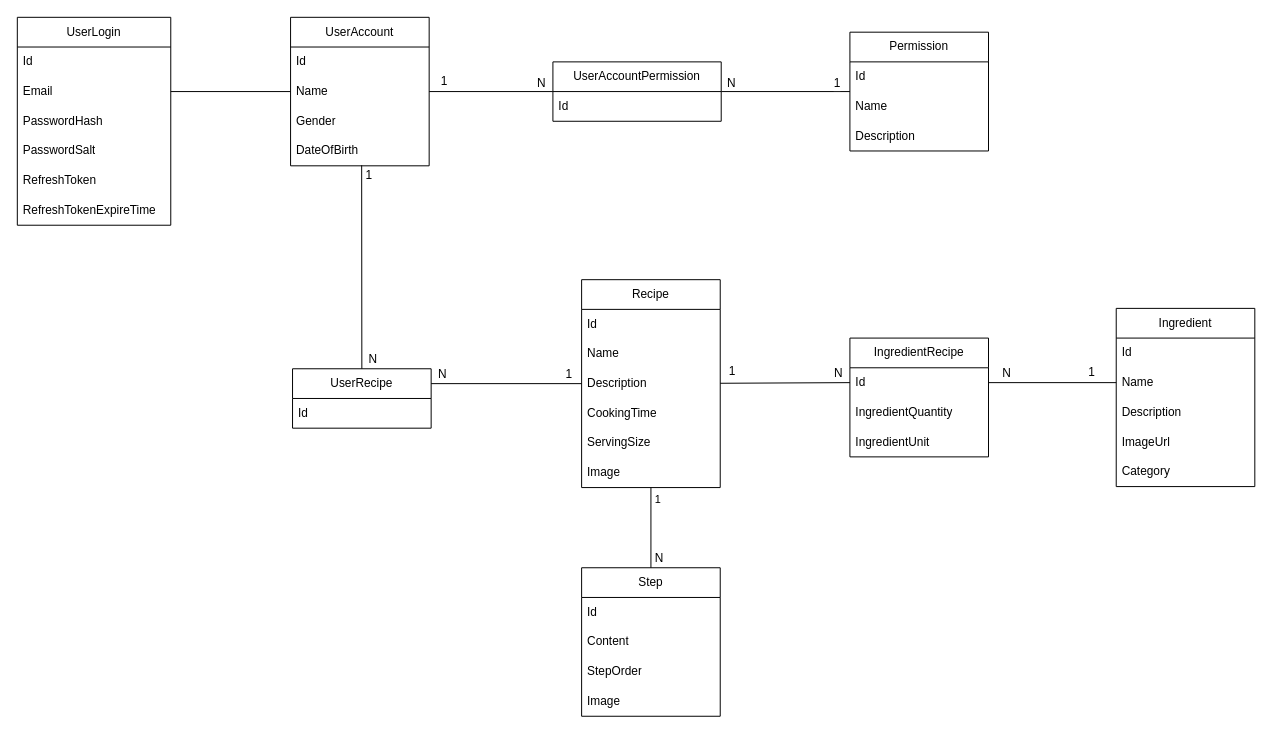
Earlier version of the draw.io diagram diagram.drawio (phihung17k/FridgeBE). Source tidied: cells renumbered, new cells numbered last; positions are measured from the earlier drawing's top-left corner, leaving out a move shared by most shapes. Both pictures are drawn from the tidied source at 99%, with x=0, y=0 at pixel (17, 17).
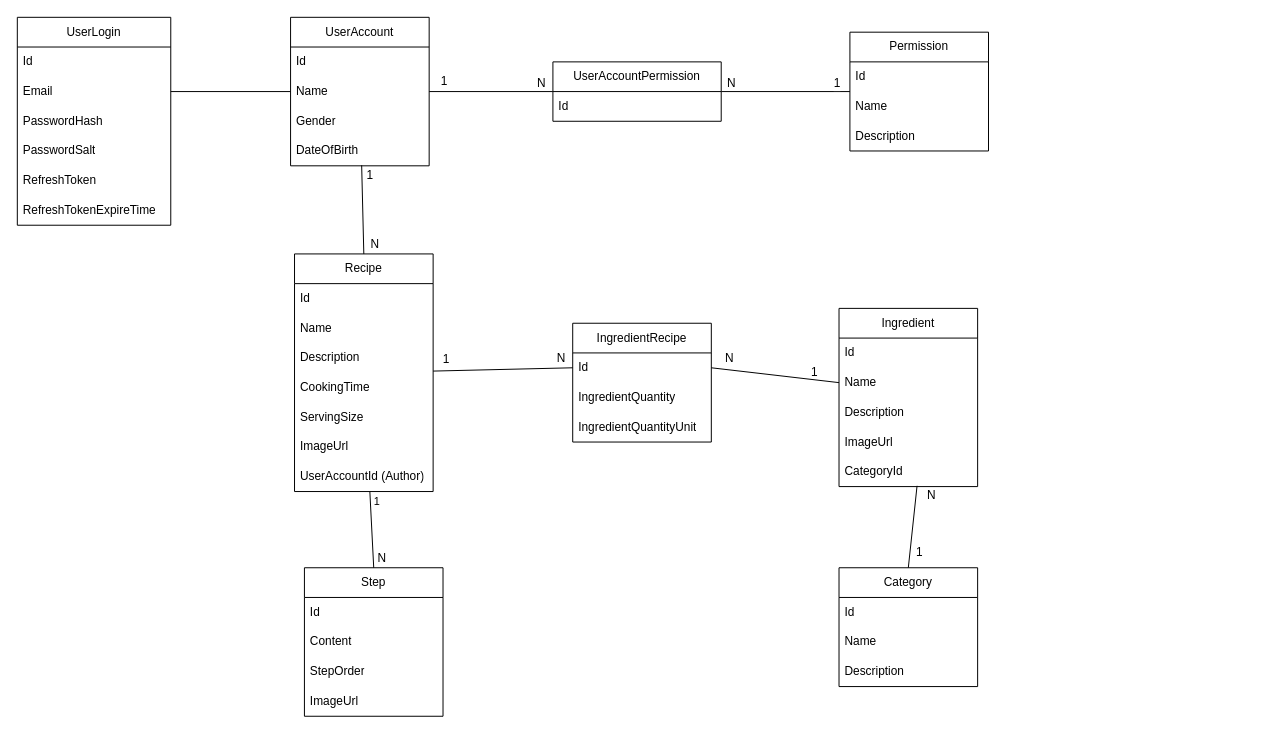
After the change.

Unchanged cells that the change refers to:
```xml
<mxCell id="11" value="Description" style="text;strokeColor=none;fillColor=none;align=left;verticalAlign=middle;spacingLeft=4;spacingRight=4;overflow=hidden;points=[[0,0.5],[1,0.5]];portConstraint=eastwest;whiteSpace=wrap;html=1;" parent="8" vertex="1">
  <mxGeometry y="90" width="140" height="30" as="geometry" />
</mxCell>
<mxCell id="37" value="DateOfBirth" style="text;strokeColor=none;fillColor=none;align=left;verticalAlign=middle;spacingLeft=4;spacingRight=4;overflow=hidden;points=[[0,0.5],[1,0.5]];portConstraint=eastwest;whiteSpace=wrap;html=1;" parent="33" vertex="1">
  <mxGeometry y="120" width="140" height="30" as="geometry" />
</mxCell>
```

What changed in the source:
```diff
@@
     <mxCell id="2" value="Ingredient" style="swimlane;fontStyle=0;horizontal=1;startSize=30;whiteSpace=wrap;html=1;" parent="1" vertex="1">
-      <mxGeometry x="1110" y="294" width="140" height="180" as="geometry" />
+      <mxGeometry x="830" y="294" width="140" height="180" as="geometry" />
     </mxCell>
@@
-    <mxCell id="7" value="Category" style="text;strokeColor=none;fillColor=none;align=left;verticalAlign=middle;spacingLeft=4;spacingRight=4;overflow=hidden;points=[[0,0.5],[1,0.5]];portConstraint=eastwest;whiteSpace=wrap;html=1;" parent="2" vertex="1">
-      <mxGeometry y="150" width="140" height="30" as="geometry" />
-    </mxCell>
+    <mxCell id="66" value="CategoryId" style="text;strokeColor=none;fillColor=none;align=left;verticalAlign=middle;spacingLeft=4;spacingRight=4;overflow=hidden;points=[[0,0.5],[1,0.5]];portConstraint=eastwest;whiteSpace=wrap;html=1;" parent="2" vertex="1">
+      <mxGeometry y="150" width="140" height="30" as="geometry" />
+    </mxCell>
     <mxCell id="8" value="Recipe" style="swimlane;fontStyle=0;horizontal=1;startSize=30;whiteSpace=wrap;html=1;" parent="1" vertex="1">
-      <mxGeometry x="570" y="265" width="140" height="210" as="geometry" />
+      <mxGeometry x="280" y="239" width="140" height="240" as="geometry" />
     </mxCell>
@@
-    <mxCell id="14" value="Image" style="text;strokeColor=none;fillColor=none;align=left;verticalAlign=middle;spacingLeft=4;spacingRight=4;overflow=hidden;whiteSpace=wrap;html=1;" parent="8" vertex="1">
+    <mxCell id="14" value="ImageUrl" style="text;strokeColor=none;fillColor=none;align=left;verticalAlign=middle;spacingLeft=4;spacingRight=4;overflow=hidden;whiteSpace=wrap;html=1;" parent="8" vertex="1">
       <mxGeometry y="180" width="140" height="30" as="geometry" />
     </mxCell>
+    <mxCell id="67" value="UserAccountId (Author)" style="text;strokeColor=none;fillColor=none;align=left;verticalAlign=middle;spacingLeft=4;spacingRight=4;overflow=hidden;whiteSpace=wrap;html=1;" parent="8" vertex="1">
+      <mxGeometry y="210" width="140" height="30" as="geometry" />
+    </mxCell>
     <mxCell id="15" value="Step" style="swimlane;fontStyle=0;horizontal=1;startSize=30;whiteSpace=wrap;html=1;" parent="1" vertex="1">
-      <mxGeometry x="570" y="556" width="140" height="150" as="geometry" />
+      <mxGeometry x="290" y="556" width="140" height="150" as="geometry" />
     </mxCell>
@@
-    <mxCell id="19" value="Image" style="text;strokeColor=none;fillColor=none;align=left;verticalAlign=middle;spacingLeft=4;spacingRight=4;overflow=hidden;whiteSpace=wrap;html=1;" parent="15" vertex="1">
+    <mxCell id="19" value="ImageUrl" style="text;strokeColor=none;fillColor=none;align=left;verticalAlign=middle;spacingLeft=4;spacingRight=4;overflow=hidden;whiteSpace=wrap;html=1;" parent="15" vertex="1">
       <mxGeometry y="120" width="140" height="30" as="geometry" />
     </mxCell>
     <mxCell id="20" value="IngredientRecipe" style="swimlane;fontStyle=0;horizontal=1;startSize=30;whiteSpace=wrap;html=1;" parent="1" vertex="1">
-      <mxGeometry x="841" y="324" width="140" height="120" as="geometry" />
+      <mxGeometry x="561" y="309" width="140" height="120" as="geometry" />
     </mxCell>
@@
-    <mxCell id="23" value="IngredientUnit" style="text;strokeColor=none;fillColor=none;align=left;verticalAlign=middle;spacingLeft=4;spacingRight=4;overflow=hidden;whiteSpace=wrap;html=1;" parent="20" vertex="1">
+    <mxCell id="23" value="IngredientQuantityUnit" style="text;strokeColor=none;fillColor=none;align=left;verticalAlign=middle;spacingLeft=4;spacingRight=4;overflow=hidden;whiteSpace=wrap;html=1;" parent="20" vertex="1">
       <mxGeometry y="90" width="140" height="30" as="geometry" />
     </mxCell>
@@
     <mxCell id="26" value="1" style="text;html=1;align=center;verticalAlign=middle;strokeColor=none;fillColor=none;" parent="1" vertex="1">
-      <mxGeometry x="1070" y="344" width="30" height="30" as="geometry" />
+      <mxGeometry x="790" y="344" width="30" height="30" as="geometry" />
     </mxCell>
@@
-    <mxCell id="58" value="UserRecipe" style="swimlane;fontStyle=0;horizontal=1;startSize=30;whiteSpace=wrap;html=1;" parent="1" vertex="1">
-      <mxGeometry x="278" y="355" width="140" height="60" as="geometry" />
-    </mxCell>
-    <mxCell id="59" value="Id" style="text;strokeColor=none;fillColor=none;align=left;verticalAlign=middle;spacingLeft=4;spacingRight=4;overflow=hidden;whiteSpace=wrap;html=1;" parent="58" vertex="1">
-      <mxGeometry y="30" width="140" height="30" as="geometry" />
-    </mxCell>
-    <mxCell id="60" style="endArrow=none;html=1;rounded=0;entryX=1;entryY=0.25;entryDx=0;entryDy=0;exitX=0;exitY=0.5;exitDx=0;exitDy=0;" parent="1" edge="1" source="11" target="58">
-      <mxGeometry relative="1" as="geometry" />
-    </mxCell>
-    <mxCell id="61" value="N" style="html=1;whiteSpace=wrap;align=right;verticalAlign=bottom;" parent="60" vertex="1">
-      <mxGeometry x="1" relative="1" as="geometry">
-        <mxPoint x="17" y="-1" as="offset" />
-      </mxGeometry>
-    </mxCell>
-    <mxCell id="62" value="1" style="edgeLabel;html=1;align=center;verticalAlign=middle;fontSize=12;" parent="60" vertex="1">
-      <mxGeometry x="-0.82" y="1" relative="1" as="geometry">
-        <mxPoint y="-11" as="offset" />
-      </mxGeometry>
-    </mxCell>
-    <mxCell id="63" style="endArrow=none;html=1;rounded=0;entryX=0.5;entryY=0;entryDx=0;entryDy=0;exitX=0.513;exitY=0.982;exitDx=0;exitDy=0;exitPerimeter=0;" parent="1" edge="1" source="37" target="58">
+    <mxCell id="63" style="endArrow=none;html=1;rounded=0;entryX=0.5;entryY=0;entryDx=0;entryDy=0;exitX=0.513;exitY=0.982;exitDx=0;exitDy=0;exitPerimeter=0;" parent="1" edge="1" source="37" target="8">
       <mxGeometry relative="1" as="geometry" />
     </mxCell>
@@
     <mxCell id="65" value="1" style="edgeLabel;html=1;align=center;verticalAlign=middle;fontSize=12;" parent="63" vertex="1">
       <mxGeometry x="-0.82" y="1" relative="1" as="geometry">
-        <mxPoint x="6" y="-8" as="offset" />
+        <mxPoint x="6" y="2" as="offset" />
       </mxGeometry>
     </mxCell>
+    <mxCell id="7" value="Category" style="swimlane;fontStyle=0;horizontal=1;startSize=30;whiteSpace=wrap;html=1;" parent="1" vertex="1">
+      <mxGeometry x="830" y="556" width="140" height="120" as="geometry" />
+    </mxCell>
+    <mxCell id="59" value="Id" style="text;strokeColor=none;fillColor=none;align=left;verticalAlign=middle;spacingLeft=4;spacingRight=4;overflow=hidden;whiteSpace=wrap;html=1;" parent="7" vertex="1">
+      <mxGeometry y="30" width="140" height="30" as="geometry" />
+    </mxCell>
+    <mxCell id="68" value="Name" style="text;strokeColor=none;fillColor=none;align=left;verticalAlign=middle;spacingLeft=4;spacingRight=4;overflow=hidden;whiteSpace=wrap;html=1;" parent="7" vertex="1">
+      <mxGeometry y="60" width="140" height="30" as="geometry" />
+    </mxCell>
+    <mxCell id="69" value="Description" style="text;strokeColor=none;fillColor=none;align=left;verticalAlign=middle;spacingLeft=4;spacingRight=4;overflow=hidden;whiteSpace=wrap;html=1;" parent="7" vertex="1">
+      <mxGeometry y="90" width="140" height="30" as="geometry" />
+    </mxCell>
+    <mxCell id="70" style="endArrow=none;html=1;rounded=0;exitX=0.5;exitY=0;exitDx=0;exitDy=0;entryX=0.563;entryY=0.975;entryDx=0;entryDy=0;entryPerimeter=0;" parent="1" edge="1" source="7" target="66">
+      <mxGeometry relative="1" as="geometry" />
+    </mxCell>
+    <mxCell id="61" value="N" style="html=1;whiteSpace=wrap;align=right;verticalAlign=bottom;" parent="70" vertex="1">
+      <mxGeometry x="1" relative="1" as="geometry">
+        <mxPoint x="20" y="18" as="offset" />
+      </mxGeometry>
+    </mxCell>
+    <mxCell id="62" value="1" style="text;html=1;align=center;verticalAlign=middle;strokeColor=none;fillColor=none;" parent="1" vertex="1">
+      <mxGeometry x="896" y="526" width="30" height="30" as="geometry" />
+    </mxCell>
```
